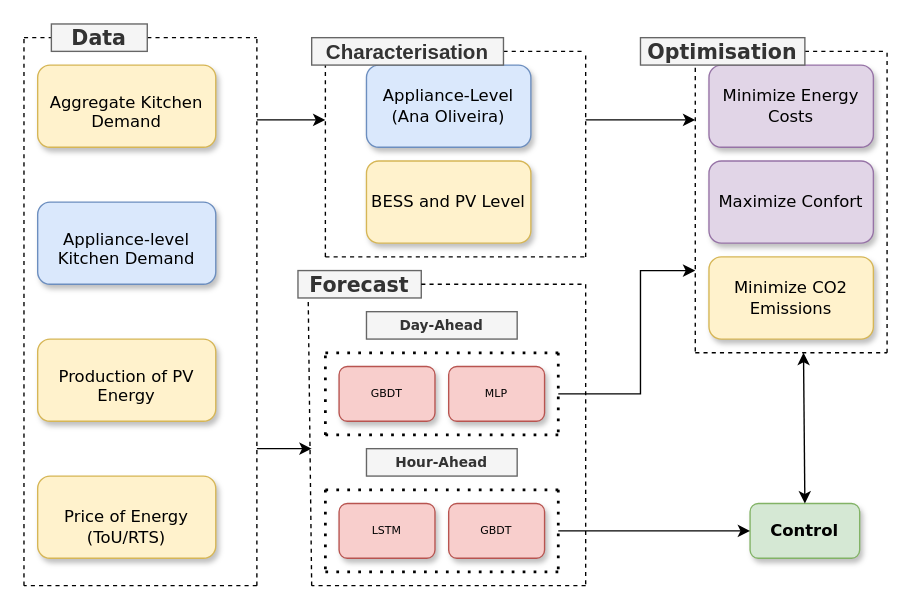
This is pic_methodologie.drawio from luistmartins/thesis_ik, a draw.io file, before an edit. Source tidied: cells renumbered, new cells numbered last; positions are measured from the earlier drawing's top-left corner, leaving out a move shared by most shapes. Both pictures are drawn from the tidied source at 137%, with x=0, y=0 at pixel (23, 23).
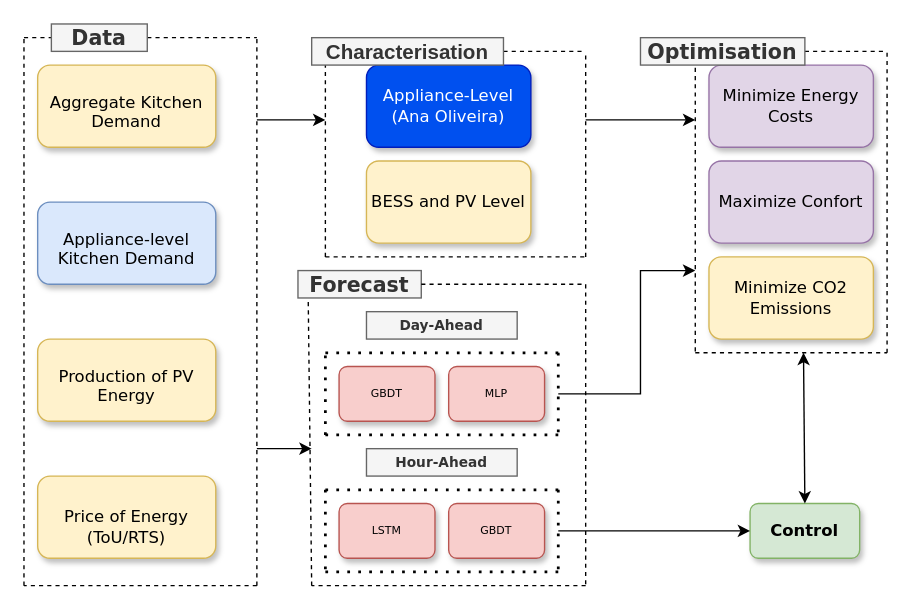
Above is the later version.

Diff of the diagram source:
```diff
@@
-    <mxCell id="13" value="&lt;font style=&quot;font-size: 12px;&quot;&gt;Appliance-Level&lt;/font&gt;&lt;div&gt;&lt;font style=&quot;font-size: 12px;&quot;&gt;(Ana Oliveira)&lt;/font&gt;&lt;/div&gt;" style="whiteSpace=wrap;html=1;fontSize=8;fontFamily=Verdana;rounded=1;shadow=1;labelBackgroundColor=none;strokeWidth=1;fillColor=#dae8fc;strokeColor=#6c8ebf;" parent="1" vertex="1">
+    <mxCell id="13" value="&lt;font style=&quot;font-size: 12px;&quot;&gt;Appliance-Level&lt;/font&gt;&lt;div&gt;&lt;font style=&quot;font-size: 12px;&quot;&gt;(Ana Oliveira)&lt;/font&gt;&lt;/div&gt;" style="whiteSpace=wrap;html=1;fontSize=8;fontFamily=Verdana;rounded=1;shadow=1;labelBackgroundColor=none;strokeWidth=1;fillColor=#0050ef;strokeColor=#001DBC;fontColor=#ffffff;" parent="1" vertex="1">
       <mxGeometry x="250" y="30" width="120" height="60" as="geometry" />
     </mxCell>
```
